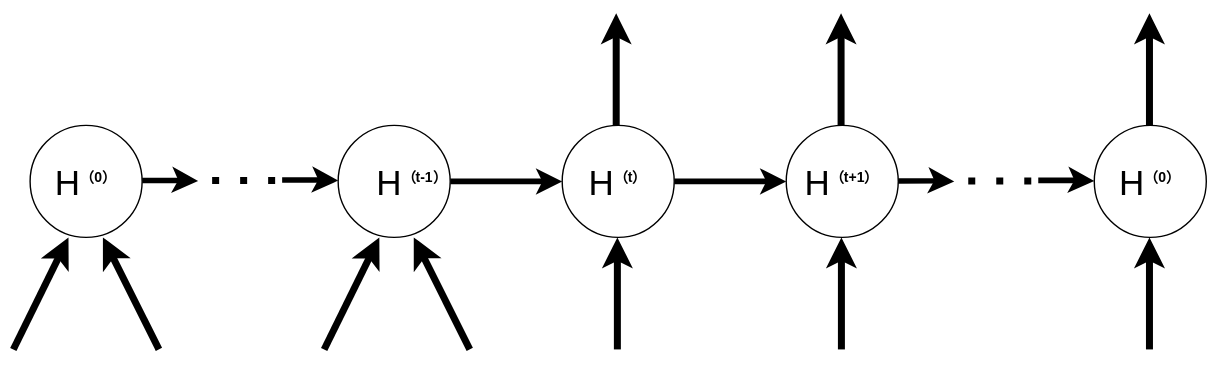
Above: model.svg in qiushirong000/mini_graphic_system (draw.io), before the change. Source tidied: cells renumbered, new cells last; positions are measured from the earlier drawing's top-left corner, leaving out a move shared by most shapes.
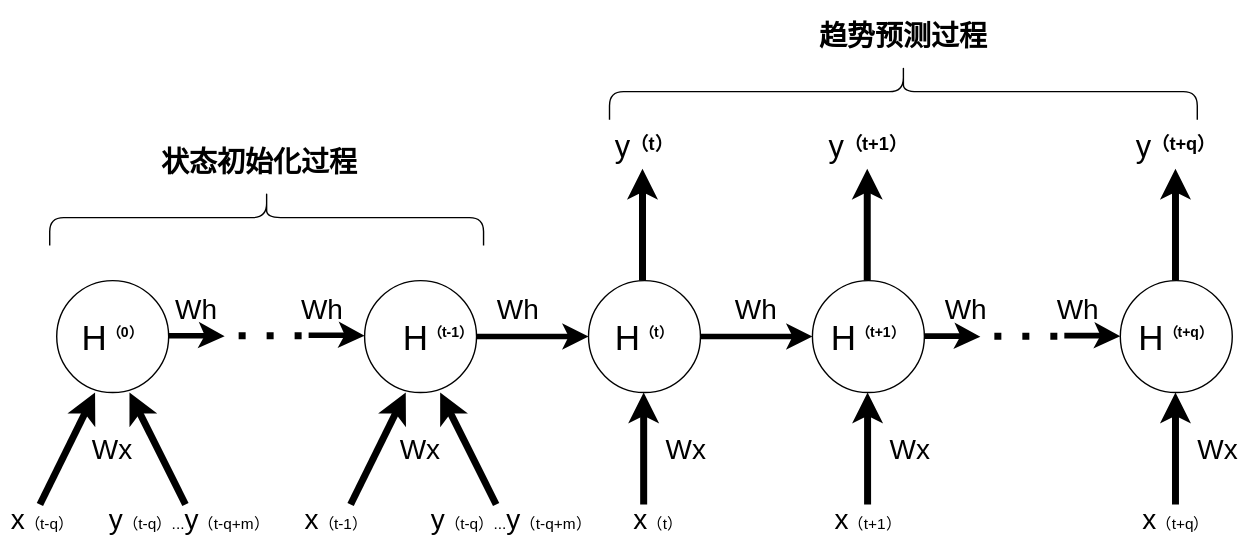
After the commit.

What changed in the source:
```diff
@@ -78,7 +78,7 @@
         <mxPoint x="742" y="119.7" as="targetPoint" />
       </mxGeometry>
     </mxCell>
-    <mxCell id="15" value="&lt;sub style=&quot;text-align: right&quot;&gt;&lt;font style=&quot;font-size: 25px&quot;&gt;H&lt;/font&gt;&lt;/sub&gt;&lt;font style=&quot;text-align: right&quot;&gt;&lt;b&gt;&lt;sup&gt;（0）&lt;/sup&gt;&lt;/b&gt;&lt;/font&gt;" style="ellipse;whiteSpace=wrap;html=1;" parent="1" vertex="1">
+    <mxCell id="15" value="&lt;sub style=&quot;text-align: right&quot;&gt;&lt;font style=&quot;font-size: 25px&quot;&gt;H&lt;/font&gt;&lt;/sub&gt;&lt;font style=&quot;text-align: right&quot;&gt;&lt;b&gt;&lt;sup&gt;（t+q）&lt;/sup&gt;&lt;/b&gt;&lt;/font&gt;" style="ellipse;whiteSpace=wrap;html=1;" parent="1" vertex="1">
       <mxGeometry x="772" y="80" width="80" height="80" as="geometry" />
     </mxCell>
     <mxCell id="16" style="endArrow=classic;html=1;strokeWidth=5;" parent="1" edge="1">
@@ -135,5 +135,80 @@
         <mxPoint x="64" y="160" as="targetPoint" />
       </mxGeometry>
     </mxCell>
+    <mxCell id="25" value="&lt;font style=&quot;font-size: 20px&quot;&gt;Wx&lt;/font&gt;" style="text;html=1;strokeColor=none;fillColor=none;align=center;verticalAlign=middle;whiteSpace=wrap;rounded=0;" parent="1" vertex="1">
+      <mxGeometry x="32" y="190" width="40" height="20" as="geometry" />
+    </mxCell>
+    <mxCell id="26" value="&lt;font style=&quot;font-size: 20px&quot;&gt;Wx&lt;/font&gt;" style="text;html=1;strokeColor=none;fillColor=none;align=center;verticalAlign=middle;whiteSpace=wrap;rounded=0;" parent="1" vertex="1">
+      <mxGeometry x="252" y="190" width="40" height="20" as="geometry" />
+    </mxCell>
+    <mxCell id="27" value="&lt;font style=&quot;font-size: 20px&quot;&gt;Wx&lt;/font&gt;" style="text;html=1;strokeColor=none;fillColor=none;align=center;verticalAlign=middle;whiteSpace=wrap;rounded=0;" parent="1" vertex="1">
+      <mxGeometry x="442" y="190" width="40" height="20" as="geometry" />
+    </mxCell>
+    <mxCell id="28" value="&lt;font style=&quot;font-size: 20px&quot;&gt;Wx&lt;/font&gt;" style="text;html=1;strokeColor=none;fillColor=none;align=center;verticalAlign=middle;whiteSpace=wrap;rounded=0;" parent="1" vertex="1">
+      <mxGeometry x="602" y="190" width="40" height="20" as="geometry" />
+    </mxCell>
+    <mxCell id="29" value="&lt;span style=&quot;font-size: 20px&quot;&gt;x&lt;/span&gt;&lt;font style=&quot;font-size: 11px&quot;&gt;（t-q）&lt;/font&gt;" style="text;html=1;strokeColor=none;fillColor=none;align=center;verticalAlign=middle;whiteSpace=wrap;rounded=0;" parent="1" vertex="1">
+      <mxGeometry x="-28" y="240" width="60" height="20" as="geometry" />
+    </mxCell>
+    <mxCell id="30" value="&lt;font style=&quot;font-size: 20px&quot;&gt;y&lt;/font&gt;&lt;font style=&quot;font-size: 11px&quot;&gt;（t-q）...&lt;/font&gt;&lt;font style=&quot;font-size: 20px&quot;&gt;y&lt;/font&gt;&lt;font style=&quot;font-size: 11px&quot;&gt;（t-q+m）&lt;/font&gt;" style="text;html=1;strokeColor=none;fillColor=none;align=center;verticalAlign=middle;whiteSpace=wrap;rounded=0;" parent="1" vertex="1">
+      <mxGeometry x="32" y="240" width="150" height="20" as="geometry" />
+    </mxCell>
+    <mxCell id="31" value="&lt;span style=&quot;font-size: 20px&quot;&gt;x&lt;/span&gt;&lt;font style=&quot;font-size: 11px&quot;&gt;（t-1）&lt;/font&gt;" style="text;html=1;strokeColor=none;fillColor=none;align=center;verticalAlign=middle;whiteSpace=wrap;rounded=0;" parent="1" vertex="1">
+      <mxGeometry x="182" y="240" width="60" height="20" as="geometry" />
+    </mxCell>
+    <mxCell id="32" value="&lt;font style=&quot;font-size: 20px&quot;&gt;y&lt;/font&gt;&lt;font style=&quot;font-size: 11px&quot;&gt;（t-q）...&lt;/font&gt;&lt;font style=&quot;font-size: 20px&quot;&gt;y&lt;/font&gt;&lt;font style=&quot;font-size: 11px&quot;&gt;（t-q+m）&lt;/font&gt;" style="text;html=1;strokeColor=none;fillColor=none;align=center;verticalAlign=middle;whiteSpace=wrap;rounded=0;" parent="1" vertex="1">
+      <mxGeometry x="262" y="240" width="150" height="20" as="geometry" />
+    </mxCell>
+    <mxCell id="33" value="&lt;span style=&quot;font-size: 20px&quot;&gt;x&lt;/span&gt;&lt;font style=&quot;font-size: 11px&quot;&gt;（t）&lt;/font&gt;" style="text;html=1;strokeColor=none;fillColor=none;align=center;verticalAlign=middle;whiteSpace=wrap;rounded=0;" parent="1" vertex="1">
+      <mxGeometry x="412" y="240" width="60" height="20" as="geometry" />
+    </mxCell>
+    <mxCell id="34" value="&lt;span style=&quot;font-size: 20px&quot;&gt;x&lt;/span&gt;&lt;font style=&quot;font-size: 11px&quot;&gt;（t+1）&lt;/font&gt;" style="text;html=1;strokeColor=none;fillColor=none;align=center;verticalAlign=middle;whiteSpace=wrap;rounded=0;" parent="1" vertex="1">
+      <mxGeometry x="562" y="240" width="60" height="20" as="geometry" />
+    </mxCell>
+    <mxCell id="35" value="&lt;span style=&quot;font-size: 20px&quot;&gt;x&lt;/span&gt;&lt;font style=&quot;font-size: 11px&quot;&gt;（t+q）&lt;/font&gt;" style="text;html=1;strokeColor=none;fillColor=none;align=center;verticalAlign=middle;whiteSpace=wrap;rounded=0;" parent="1" vertex="1">
+      <mxGeometry x="782" y="240" width="60" height="20" as="geometry" />
+    </mxCell>
+    <mxCell id="36" value="&lt;font style=&quot;font-size: 20px&quot;&gt;Wh&lt;/font&gt;" style="text;html=1;strokeColor=none;fillColor=none;align=center;verticalAlign=middle;whiteSpace=wrap;rounded=0;" parent="1" vertex="1">
+      <mxGeometry x="92" y="90" width="40" height="20" as="geometry" />
+    </mxCell>
+    <mxCell id="37" value="&lt;font style=&quot;font-size: 20px&quot;&gt;Wx&lt;/font&gt;" style="text;html=1;strokeColor=none;fillColor=none;align=center;verticalAlign=middle;whiteSpace=wrap;rounded=0;" parent="1" vertex="1">
+      <mxGeometry x="822" y="190" width="40" height="20" as="geometry" />
+    </mxCell>
+    <mxCell id="38" value="&lt;font style=&quot;font-size: 20px&quot;&gt;Wh&lt;/font&gt;" style="text;html=1;strokeColor=none;fillColor=none;align=center;verticalAlign=middle;whiteSpace=wrap;rounded=0;" parent="1" vertex="1">
+      <mxGeometry x="182" y="90" width="40" height="20" as="geometry" />
+    </mxCell>
+    <mxCell id="39" value="&lt;font style=&quot;font-size: 20px&quot;&gt;Wh&lt;/font&gt;" style="text;html=1;strokeColor=none;fillColor=none;align=center;verticalAlign=middle;whiteSpace=wrap;rounded=0;" parent="1" vertex="1">
+      <mxGeometry x="322" y="90" width="40" height="20" as="geometry" />
+    </mxCell>
+    <mxCell id="40" value="&lt;font style=&quot;font-size: 20px&quot;&gt;Wh&lt;/font&gt;" style="text;html=1;strokeColor=none;fillColor=none;align=center;verticalAlign=middle;whiteSpace=wrap;rounded=0;" parent="1" vertex="1">
+      <mxGeometry x="492" y="90" width="40" height="20" as="geometry" />
+    </mxCell>
+    <mxCell id="41" value="&lt;font style=&quot;font-size: 20px&quot;&gt;Wh&lt;/font&gt;" style="text;html=1;strokeColor=none;fillColor=none;align=center;verticalAlign=middle;whiteSpace=wrap;rounded=0;" parent="1" vertex="1">
+      <mxGeometry x="642" y="90" width="40" height="20" as="geometry" />
+    </mxCell>
+    <mxCell id="42" value="&lt;font style=&quot;font-size: 20px&quot;&gt;Wh&lt;/font&gt;" style="text;html=1;strokeColor=none;fillColor=none;align=center;verticalAlign=middle;whiteSpace=wrap;rounded=0;" parent="1" vertex="1">
+      <mxGeometry x="722" y="90" width="40" height="20" as="geometry" />
+    </mxCell>
+    <mxCell id="43" value="&lt;font style=&quot;font-size: 22px&quot;&gt;y&lt;/font&gt;&lt;sup&gt;&lt;font style=&quot;font-size: 13px&quot;&gt;&lt;b&gt;（t）&lt;/b&gt;&lt;/font&gt;&lt;/sup&gt;" style="text;html=1;strokeColor=none;fillColor=none;align=center;verticalAlign=middle;whiteSpace=wrap;rounded=0;" parent="1" vertex="1">
+      <mxGeometry x="382" y="-30" width="100" height="30" as="geometry" />
+    </mxCell>
+    <mxCell id="44" value="&lt;font style=&quot;font-size: 22px&quot;&gt;y&lt;/font&gt;&lt;sup&gt;&lt;font style=&quot;font-size: 13px&quot;&gt;&lt;b&gt;（t+1）&lt;/b&gt;&lt;/font&gt;&lt;/sup&gt;" style="text;html=1;strokeColor=none;fillColor=none;align=center;verticalAlign=middle;whiteSpace=wrap;rounded=0;" parent="1" vertex="1">
+      <mxGeometry x="542" y="-30" width="100" height="30" as="geometry" />
+    </mxCell>
+    <mxCell id="45" value="&lt;font style=&quot;font-size: 22px&quot;&gt;y&lt;/font&gt;&lt;sup&gt;&lt;font style=&quot;font-size: 13px&quot;&gt;&lt;b&gt;（t+q）&lt;/b&gt;&lt;/font&gt;&lt;/sup&gt;" style="text;html=1;strokeColor=none;fillColor=none;align=center;verticalAlign=middle;whiteSpace=wrap;rounded=0;" parent="1" vertex="1">
+      <mxGeometry x="762" y="-30" width="100" height="30" as="geometry" />
+    </mxCell>
+    <mxCell id="46" style="shape=curlyBracket;whiteSpace=wrap;html=1;rounded=1;flipH=1;rotation=-90;" parent="1" vertex="1">
+      <mxGeometry x="142" y="-120" width="40" height="310" as="geometry" />
+    </mxCell>
+    <mxCell id="47" style="shape=curlyBracket;whiteSpace=wrap;html=1;rounded=1;flipH=1;rotation=-90;" parent="1" vertex="1">
+      <mxGeometry x="597" y="-265" width="40" height="420" as="geometry" />
+    </mxCell>
+    <mxCell id="48" value="&lt;font size=&quot;1&quot;&gt;&lt;b style=&quot;font-size: 20px&quot;&gt;状态初始化过程&lt;/b&gt;&lt;/font&gt;" style="text;html=1;strokeColor=none;fillColor=none;align=center;verticalAlign=middle;whiteSpace=wrap;rounded=0;" parent="1" vertex="1">
+      <mxGeometry x="62" y="-30" width="190" height="50" as="geometry" />
+    </mxCell>
+    <mxCell id="49" value="&lt;font size=&quot;1&quot;&gt;&lt;b style=&quot;font-size: 20px&quot;&gt;趋势预测过程&lt;/b&gt;&lt;/font&gt;" style="text;html=1;strokeColor=none;fillColor=none;align=center;verticalAlign=middle;whiteSpace=wrap;rounded=0;" parent="1" vertex="1">
+      <mxGeometry x="522" y="-120" width="190" height="50" as="geometry" />
+    </mxCell>
   </root>
 </mxGraphModel>
```
